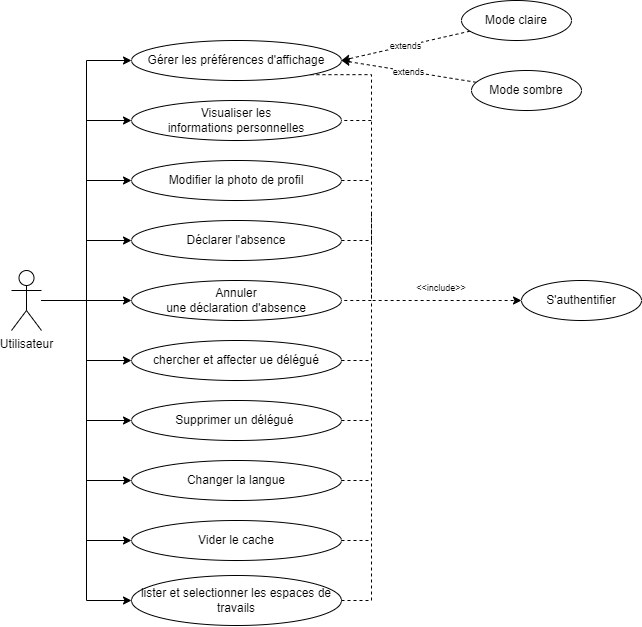
Above: images_pfe/use_case_sprint_6.png in PFE-Neoledge-2023/rapport (draw.io), before the change. Source tidied: cells renumbered, new cells last; positions are measured from the earlier drawing's top-left corner, leaving out a move shared by most shapes.
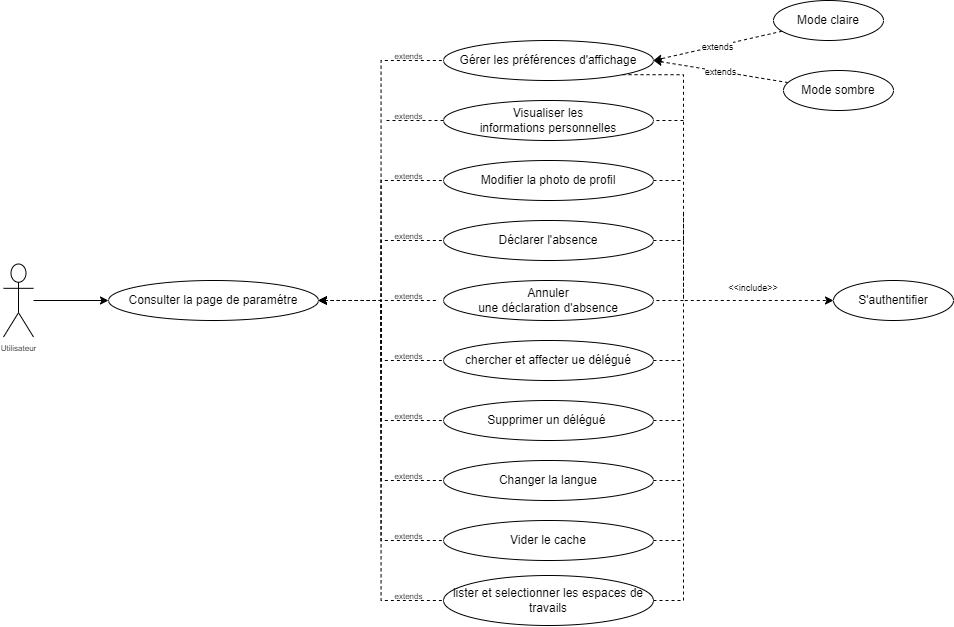
After the commit.

The edit, as a diff of the source:
```diff
@@ -2,39 +2,52 @@
   <root>
     <mxCell id="0" />
     <mxCell id="1" parent="0" />
-    <mxCell id="2" style="edgeStyle=orthogonalEdgeStyle;html=1;entryX=0;entryY=0.5;entryDx=0;entryDy=0;rounded=0;" parent="1" edge="1" source="12" target="14">
-      <mxGeometry relative="1" as="geometry" />
+    <mxCell id="2" style="edgeStyle=orthogonalEdgeStyle;html=1;entryX=0;entryY=0.5;entryDx=0;entryDy=0;rounded=0;dashed=1;startArrow=classic;startFill=1;endArrow=none;endFill=0;" parent="1" edge="1" target="14">
+      <mxGeometry relative="1" as="geometry">
+        <mxPoint x="-5" y="300" as="sourcePoint" />
+      </mxGeometry>
     </mxCell>
-    <mxCell id="3" style="edgeStyle=orthogonalEdgeStyle;html=1;entryX=0;entryY=0.5;entryDx=0;entryDy=0;rounded=0;" parent="1" edge="1" source="12" target="20">
-      <mxGeometry relative="1" as="geometry" />
-    </mxCell>
-    <mxCell id="4" style="edgeStyle=orthogonalEdgeStyle;html=1;entryX=0;entryY=0.5;entryDx=0;entryDy=0;rounded=0;" parent="1" edge="1" source="12" target="22">
-      <mxGeometry relative="1" as="geometry" />
+    <mxCell id="4" style="edgeStyle=orthogonalEdgeStyle;html=1;entryX=0;entryY=0.5;entryDx=0;entryDy=0;rounded=0;dashed=1;startArrow=classic;startFill=1;endArrow=none;endFill=0;" parent="1" edge="1" target="22">
+      <mxGeometry relative="1" as="geometry">
+        <mxPoint x="-5" y="300" as="sourcePoint" />
+      </mxGeometry>
     </mxCell>
-    <mxCell id="5" style="edgeStyle=orthogonalEdgeStyle;html=1;entryX=0;entryY=0.5;entryDx=0;entryDy=0;rounded=0;" parent="1" edge="1" source="12" target="24">
-      <mxGeometry relative="1" as="geometry" />
+    <mxCell id="5" style="edgeStyle=orthogonalEdgeStyle;html=1;entryX=0;entryY=0.5;entryDx=0;entryDy=0;rounded=0;dashed=1;startArrow=classic;startFill=1;endArrow=none;endFill=0;" parent="1" edge="1" target="24">
+      <mxGeometry relative="1" as="geometry">
+        <mxPoint x="-5" y="300" as="sourcePoint" />
+      </mxGeometry>
     </mxCell>
-    <mxCell id="6" style="edgeStyle=orthogonalEdgeStyle;html=1;entryX=0;entryY=0.5;entryDx=0;entryDy=0;rounded=0;" parent="1" edge="1" source="12" target="26">
-      <mxGeometry relative="1" as="geometry" />
+    <mxCell id="6" style="edgeStyle=orthogonalEdgeStyle;html=1;entryX=0;entryY=0.5;entryDx=0;entryDy=0;rounded=0;dashed=1;startArrow=classic;startFill=1;endArrow=none;endFill=0;" parent="1" edge="1">
+      <mxGeometry relative="1" as="geometry">
+        <mxPoint x="-5" y="300" as="sourcePoint" />
+        <mxPoint x="115" y="300" as="targetPoint" />
+      </mxGeometry>
     </mxCell>
-    <mxCell id="7" style="edgeStyle=orthogonalEdgeStyle;html=1;entryX=0;entryY=0.5;entryDx=0;entryDy=0;rounded=0;" parent="1" edge="1" source="12" target="27">
-      <mxGeometry relative="1" as="geometry" />
+    <mxCell id="7" style="edgeStyle=orthogonalEdgeStyle;html=1;entryX=0;entryY=0.5;entryDx=0;entryDy=0;rounded=0;dashed=1;startArrow=classic;startFill=1;endArrow=none;endFill=0;" parent="1" edge="1" target="27">
+      <mxGeometry relative="1" as="geometry">
+        <mxPoint x="-5" y="300" as="sourcePoint" />
+      </mxGeometry>
     </mxCell>
-    <mxCell id="8" style="rounded=0;html=1;entryX=0;entryY=0.5;entryDx=0;entryDy=0;fontSize=9;startArrow=none;startFill=0;endArrow=classic;endFill=1;edgeStyle=orthogonalEdgeStyle;" parent="1" edge="1" source="12" target="32">
-      <mxGeometry relative="1" as="geometry" />
+    <mxCell id="8" style="rounded=0;html=1;entryX=0;entryY=0.5;entryDx=0;entryDy=0;fontSize=9;startArrow=classic;startFill=1;endArrow=none;endFill=0;edgeStyle=orthogonalEdgeStyle;dashed=1;" parent="1" edge="1" target="32">
+      <mxGeometry relative="1" as="geometry">
+        <mxPoint x="-5" y="300" as="sourcePoint" />
+      </mxGeometry>
     </mxCell>
-    <mxCell id="9" style="edgeStyle=orthogonalEdgeStyle;rounded=0;html=1;entryX=0;entryY=0.5;entryDx=0;entryDy=0;fontSize=9;startArrow=none;startFill=0;endArrow=classic;endFill=1;" parent="1" edge="1" source="12" target="36">
-      <mxGeometry relative="1" as="geometry" />
+    <mxCell id="9" style="edgeStyle=orthogonalEdgeStyle;rounded=0;html=1;entryX=0;entryY=0.5;entryDx=0;entryDy=0;fontSize=9;startArrow=classic;startFill=1;endArrow=none;endFill=0;dashed=1;" parent="1" edge="1" target="36">
+      <mxGeometry relative="1" as="geometry">
+        <mxPoint x="-5" y="300" as="sourcePoint" />
+      </mxGeometry>
     </mxCell>
-    <mxCell id="10" style="edgeStyle=orthogonalEdgeStyle;rounded=0;html=1;entryX=0;entryY=0.5;entryDx=0;entryDy=0;fontSize=9;startArrow=none;startFill=0;endArrow=classic;endFill=1;" parent="1" edge="1" source="12" target="34">
-      <mxGeometry relative="1" as="geometry" />
+    <mxCell id="10" style="edgeStyle=orthogonalEdgeStyle;rounded=0;html=1;entryX=0;entryY=0.5;entryDx=0;entryDy=0;fontSize=9;startArrow=classic;startFill=1;endArrow=none;endFill=0;dashed=1;" parent="1" edge="1" target="34">
+      <mxGeometry relative="1" as="geometry">
+        <mxPoint x="-5" y="300" as="sourcePoint" />
+      </mxGeometry>
     </mxCell>
-    <mxCell id="11" style="edgeStyle=orthogonalEdgeStyle;rounded=0;html=1;entryX=0;entryY=0.5;entryDx=0;entryDy=0;endArrow=classic;endFill=1;" parent="1" edge="1" source="12" target="38">
-      <mxGeometry relative="1" as="geometry" />
+    <mxCell id="11" style="edgeStyle=orthogonalEdgeStyle;rounded=0;html=1;entryX=0;entryY=0.5;entryDx=0;entryDy=0;endArrow=none;endFill=0;dashed=1;startArrow=classic;startFill=1;" parent="1" edge="1" target="38">
+      <mxGeometry relative="1" as="geometry">
+        <mxPoint x="-5" y="300" as="sourcePoint" />
+      </mxGeometry>
     </mxCell>
-    <mxCell id="12" value="Utilisateur" style="shape=umlActor;verticalLabelPosition=bottom;verticalAlign=top;html=1;outlineConnect=0;" parent="1" vertex="1">
-      <mxGeometry y="270" width="30" height="60" as="geometry" />
-    </mxCell>
     <mxCell id="13" style="edgeStyle=orthogonalEdgeStyle;html=1;dashed=1;fontSize=9;startArrow=none;startFill=0;endArrow=classic;endFill=1;exitX=1;exitY=1;exitDx=0;exitDy=0;rounded=0;entryX=0;entryY=0.5;entryDx=0;entryDy=0;" parent="1" edge="1" source="14" target="28">
       <mxGeometry relative="1" as="geometry">
         <Array as="points">
@@ -66,6 +79,11 @@
         </Array>
       </mxGeometry>
     </mxCell>
+    <mxCell id="39" style="edgeStyle=orthogonalEdgeStyle;rounded=0;html=1;exitX=0;exitY=0.5;exitDx=0;exitDy=0;dashed=1;startArrow=none;startFill=0;endArrow=none;endFill=0;" parent="1" edge="1" source="20">
+      <mxGeometry relative="1" as="geometry">
+        <mxPoint x="60" y="120" as="targetPoint" />
+      </mxGeometry>
+    </mxCell>
     <mxCell id="20" value="&lt;div&gt;Visualiser l&lt;span style=&quot;background-color: initial;&quot;&gt;es informations&amp;nbsp;&lt;/span&gt;&lt;span style=&quot;background-color: initial;&quot;&gt;personnelles&lt;/span&gt;&lt;/div&gt;" style="ellipse;whiteSpace=wrap;html=1;" parent="1" vertex="1">
       <mxGeometry x="120" y="100" width="210" height="40" as="geometry" />
     </mxCell>
@@ -156,5 +174,44 @@
     <mxCell id="38" value="lister et selectionner les espaces de travails" style="ellipse;whiteSpace=wrap;html=1;" parent="1" vertex="1">
       <mxGeometry x="120" y="575" width="210" height="50" as="geometry" />
     </mxCell>
+    <mxCell id="40" value="Consulter la page de paramétre" style="ellipse;whiteSpace=wrap;html=1;" parent="1" vertex="1">
+      <mxGeometry x="-215" y="280" width="210" height="40" as="geometry" />
+    </mxCell>
+    <mxCell id="41" value="extends" style="text;html=1;align=center;verticalAlign=middle;strokeColor=none;fillColor=none;fontSize=8;" parent="1" vertex="1">
+      <mxGeometry x="60" y="586" width="50" height="20" as="geometry" />
+    </mxCell>
+    <mxCell id="42" value="extends" style="text;html=1;align=center;verticalAlign=middle;strokeColor=none;fillColor=none;fontSize=8;" parent="1" vertex="1">
+      <mxGeometry x="60" y="526" width="50" height="20" as="geometry" />
+    </mxCell>
+    <mxCell id="43" value="extends" style="text;html=1;align=center;verticalAlign=middle;strokeColor=none;fillColor=none;fontSize=8;" parent="1" vertex="1">
+      <mxGeometry x="60" y="466" width="50" height="20" as="geometry" />
+    </mxCell>
+    <mxCell id="44" value="extends" style="text;html=1;align=center;verticalAlign=middle;strokeColor=none;fillColor=none;fontSize=8;" parent="1" vertex="1">
+      <mxGeometry x="60" y="406" width="50" height="20" as="geometry" />
+    </mxCell>
+    <mxCell id="45" value="extends" style="text;html=1;align=center;verticalAlign=middle;strokeColor=none;fillColor=none;fontSize=8;" parent="1" vertex="1">
+      <mxGeometry x="60" y="346" width="50" height="20" as="geometry" />
+    </mxCell>
+    <mxCell id="46" value="extends" style="text;html=1;align=center;verticalAlign=middle;strokeColor=none;fillColor=none;fontSize=8;" parent="1" vertex="1">
+      <mxGeometry x="60" y="286" width="50" height="20" as="geometry" />
+    </mxCell>
+    <mxCell id="47" value="extends" style="text;html=1;align=center;verticalAlign=middle;strokeColor=none;fillColor=none;fontSize=8;" parent="1" vertex="1">
+      <mxGeometry x="60" y="226" width="50" height="20" as="geometry" />
+    </mxCell>
+    <mxCell id="48" value="extends" style="text;html=1;align=center;verticalAlign=middle;strokeColor=none;fillColor=none;fontSize=8;" parent="1" vertex="1">
+      <mxGeometry x="60" y="166" width="50" height="20" as="geometry" />
+    </mxCell>
+    <mxCell id="49" value="extends" style="text;html=1;align=center;verticalAlign=middle;strokeColor=none;fillColor=none;fontSize=8;" parent="1" vertex="1">
+      <mxGeometry x="60" y="106" width="50" height="20" as="geometry" />
+    </mxCell>
+    <mxCell id="50" value="extends" style="text;html=1;align=center;verticalAlign=middle;strokeColor=none;fillColor=none;fontSize=8;" parent="1" vertex="1">
+      <mxGeometry x="60" y="46" width="50" height="20" as="geometry" />
+    </mxCell>
+    <mxCell id="51" style="edgeStyle=orthogonalEdgeStyle;rounded=0;html=1;entryX=0;entryY=0.5;entryDx=0;entryDy=0;fontSize=8;startArrow=none;startFill=0;endArrow=classic;endFill=1;" parent="1" edge="1" source="12" target="40">
+      <mxGeometry relative="1" as="geometry" />
+    </mxCell>
+    <mxCell id="12" value="Utilisateur" style="shape=umlActor;verticalLabelPosition=bottom;verticalAlign=top;html=1;fontSize=8;" parent="1" vertex="1">
+      <mxGeometry x="-320" y="263.5" width="30" height="73" as="geometry" />
+    </mxCell>
   </root>
 </mxGraphModel>
```
